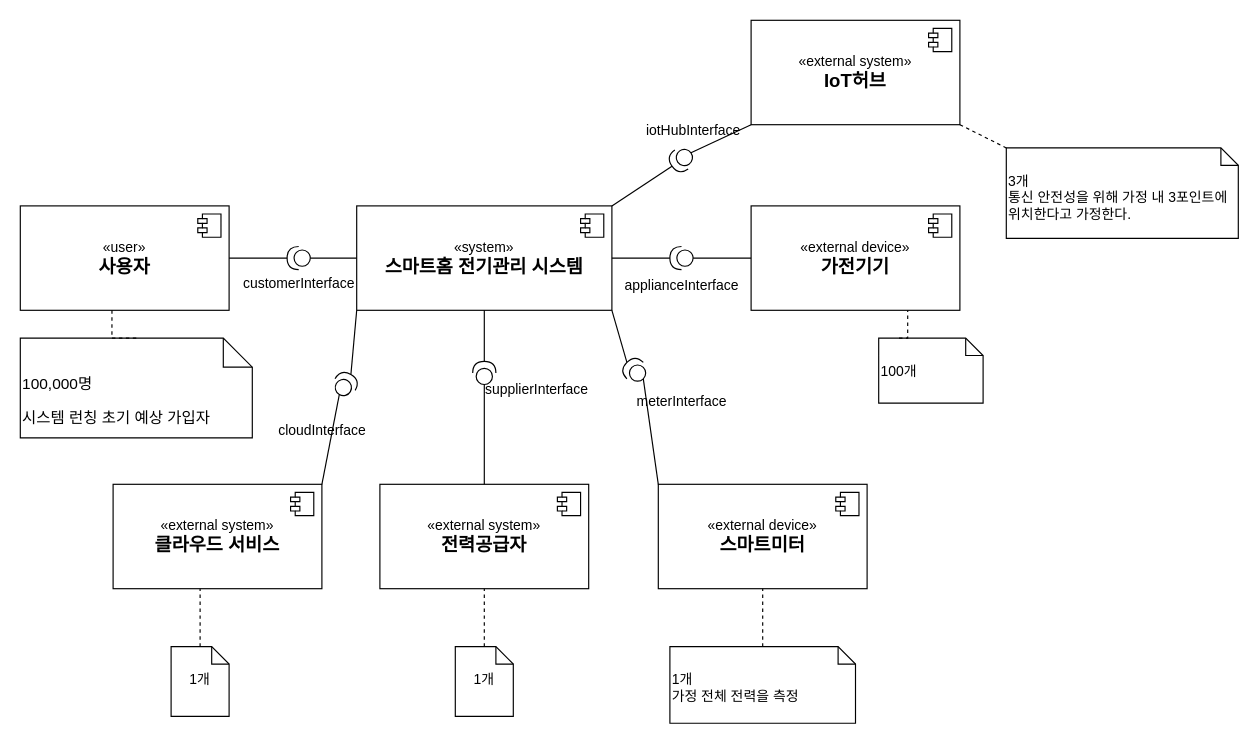
GeniusHoon/AssociateArchitect keeps this draw.io diagram as systemContext_interim.drawio. Above is the earlier version. Source tidied: cells renumbered, new cells numbered last; positions are measured from the earlier drawing's top-left corner, leaving out a move shared by most shapes. Both pictures are drawn from the tidied source at 116%, with x=0, y=0 at pixel (20, 20).
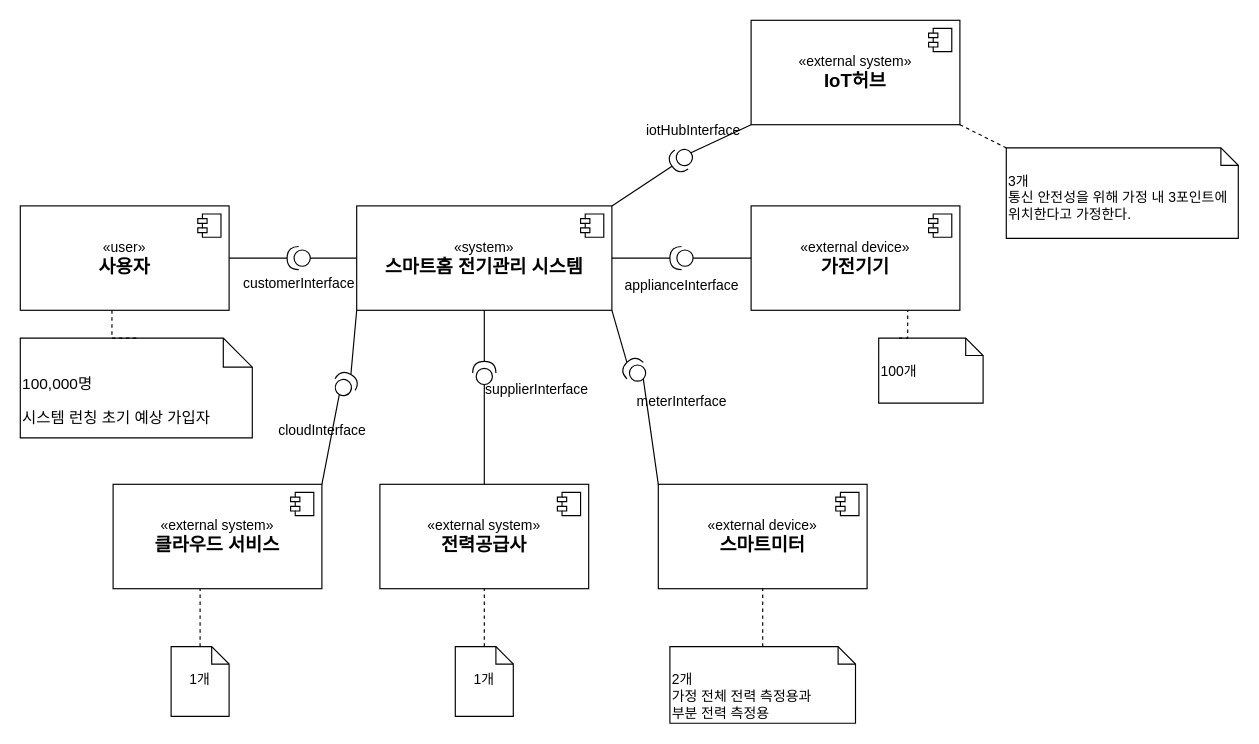
After the change.

The edit, as a diff of the source:
```diff
@@
-    <mxCell id="8" value="«external system»&lt;br&gt;&lt;b&gt;&lt;font style=&quot;font-size: 16px;&quot;&gt;전력공급자&lt;/font&gt;&lt;/b&gt;" style="html=1;whiteSpace=wrap;" parent="1" vertex="1">
+    <mxCell id="8" value="«external system»&lt;br&gt;&lt;b&gt;&lt;font style=&quot;font-size: 16px;&quot;&gt;전력공급사&lt;/font&gt;&lt;/b&gt;" style="html=1;whiteSpace=wrap;" parent="1" vertex="1">
       <mxGeometry x="310" y="400" width="180" height="90" as="geometry" />
     </mxCell>
@@
-    <mxCell id="33" value="1개&lt;br&gt;&lt;div&gt;가정 전체 전력을 측정&lt;span style=&quot;background-color: transparent; color: light-dark(rgb(0, 0, 0), rgb(255, 255, 255));&quot;&gt;&amp;nbsp;&lt;/span&gt;&lt;/div&gt;" style="shape=note2;boundedLbl=1;whiteSpace=wrap;html=1;size=15;verticalAlign=top;align=left;" parent="1" vertex="1">
+    <mxCell id="33" value="2개&lt;br&gt;&lt;div&gt;가정 전체 전력 측정용과&lt;/div&gt;&lt;div&gt;부분 전력 측정용&lt;/div&gt;" style="shape=note2;boundedLbl=1;whiteSpace=wrap;html=1;size=15;verticalAlign=top;align=left;" parent="1" vertex="1">
       <mxGeometry x="560" y="540" width="160" height="66" as="geometry" />
     </mxCell>
```
